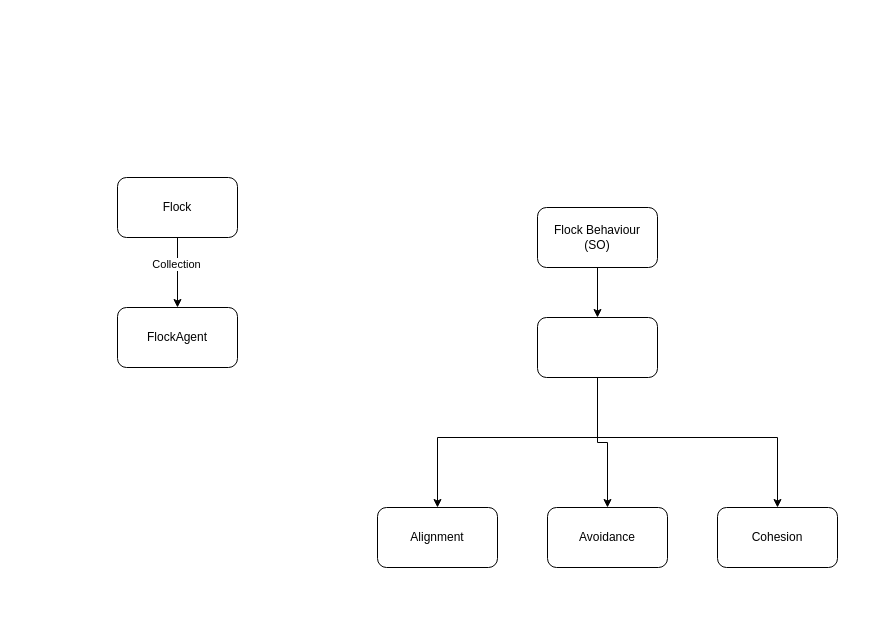
Before: Assets/classdia.drawio in CapelaGames/AI-Flocking-2022.1, a draw.io diagram. Source tidied: cells renumbered, new cells numbered last; positions are measured from the earlier drawing's top-left corner, leaving out a move shared by most shapes. Both pictures are drawn from the tidied source at 100%, with x=0, y=0 at pixel (117, 177).
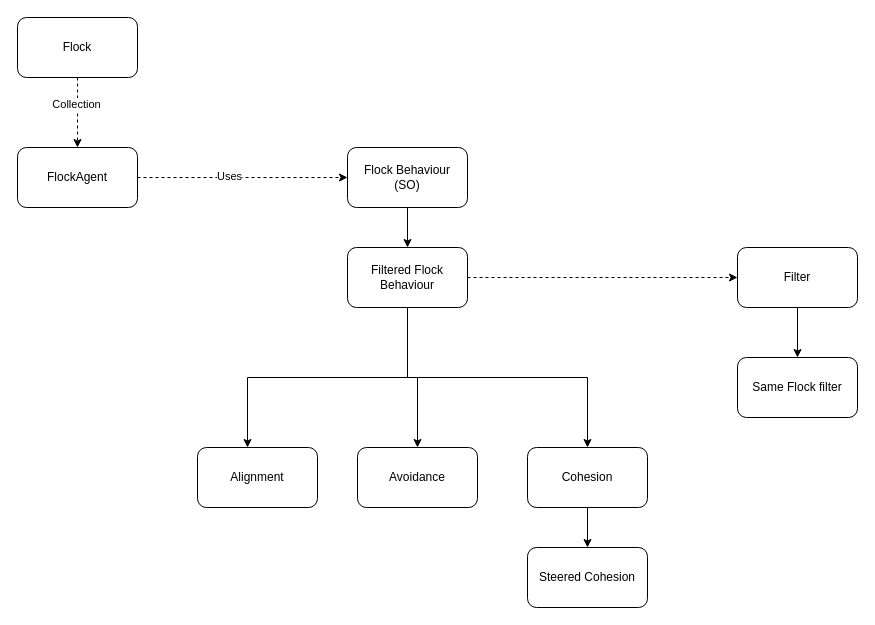
The same diagram, later.

The edit, as a diff of the source:
```diff
@@
-    <mxCell id="2" style="edgeStyle=orthogonalEdgeStyle;rounded=0;jettySize=auto;html=1;" parent="1" edge="1" source="4" target="12">
+    <mxCell id="2" style="edgeStyle=orthogonalEdgeStyle;rounded=0;jettySize=auto;html=1;dashed=1;" parent="1" edge="1" source="4" target="12">
       <mxGeometry relative="1" as="geometry" />
     </mxCell>
@@
     <mxCell id="4" value="Flock" style="rounded=1;whiteSpace=wrap;html=1;" parent="1" vertex="1">
-      <mxGeometry width="120" height="60" as="geometry" />
+      <mxGeometry x="-100" y="-160" width="120" height="60" as="geometry" />
     </mxCell>
-    <mxCell id="5" style="edgeStyle=orthogonalEdgeStyle;rounded=0;jettySize=auto;html=1;" parent="1" edge="1" source="8" target="9">
+    <mxCell id="5" style="edgeStyle=orthogonalEdgeStyle;rounded=0;jettySize=auto;html=1;" parent="1" edge="1" source="8">
       <mxGeometry relative="1" as="geometry">
+        <mxPoint x="130" y="270" as="targetPoint" />
         <Array as="points">
-          <mxPoint x="480" y="260" />
-          <mxPoint x="320" y="260" />
+          <mxPoint x="290" y="200" />
+          <mxPoint x="130" y="200" />
         </Array>
       </mxGeometry>
     </mxCell>
@@
     <mxCell id="7" style="edgeStyle=orthogonalEdgeStyle;rounded=0;jettySize=auto;html=1;" parent="1" edge="1" source="8" target="11">
       <mxGeometry relative="1" as="geometry">
         <Array as="points">
-          <mxPoint x="480" y="260" />
-          <mxPoint x="660" y="260" />
+          <mxPoint x="290" y="200" />
+          <mxPoint x="470" y="200" />
         </Array>
       </mxGeometry>
     </mxCell>
+    <mxCell id="15" style="edgeStyle=orthogonalEdgeStyle;rounded=0;jettySize=auto;html=1;dashed=1;" parent="1" edge="1" source="8" target="21">
+      <mxGeometry relative="1" as="geometry" />
+    </mxCell>
-    <mxCell id="8" style="rounded=1;whiteSpace=wrap;html=1;" parent="1" vertex="1">
-      <mxGeometry x="420" y="140" width="120" height="60" as="geometry" />
+    <mxCell id="8" value="Filtered Flock Behaviour" style="rounded=1;whiteSpace=wrap;html=1;" parent="1" vertex="1">
+      <mxGeometry x="230" y="70" width="120" height="60" as="geometry" />
     </mxCell>
     <mxCell id="9" value="Alignment" style="rounded=1;whiteSpace=wrap;html=1;" parent="1" vertex="1">
-      <mxGeometry x="260" y="330" width="120" height="60" as="geometry" />
+      <mxGeometry x="80" y="270" width="120" height="60" as="geometry" />
     </mxCell>
     <mxCell id="10" value="Avoidance" style="rounded=1;whiteSpace=wrap;html=1;" parent="1" vertex="1">
-      <mxGeometry x="430" y="330" width="120" height="60" as="geometry" />
+      <mxGeometry x="240" y="270" width="120" height="60" as="geometry" />
     </mxCell>
+    <mxCell id="16" style="edgeStyle=orthogonalEdgeStyle;rounded=0;jettySize=auto;html=1;" parent="1" edge="1" source="11" target="19">
+      <mxGeometry relative="1" as="geometry" />
+    </mxCell>
     <mxCell id="11" value="Cohesion" style="rounded=1;whiteSpace=wrap;html=1;" parent="1" vertex="1">
-      <mxGeometry x="600" y="330" width="120" height="60" as="geometry" />
+      <mxGeometry x="410" y="270" width="120" height="60" as="geometry" />
     </mxCell>
+    <mxCell id="17" style="edgeStyle=orthogonalEdgeStyle;rounded=0;jettySize=auto;html=1;dashed=1;" parent="1" edge="1" source="12" target="14">
+      <mxGeometry relative="1" as="geometry" />
+    </mxCell>
+    <mxCell id="18" value="Uses" style="edgeLabel;html=1;align=center;verticalAlign=middle;" parent="17" vertex="1">
+      <mxGeometry x="-0.13" y="2" relative="1" as="geometry" />
+    </mxCell>
     <mxCell id="12" value="FlockAgent" style="rounded=1;whiteSpace=wrap;html=1;" parent="1" vertex="1">
-      <mxGeometry y="130" width="120" height="60" as="geometry" />
+      <mxGeometry x="-100" y="-30" width="120" height="60" as="geometry" />
     </mxCell>
@@
     <mxCell id="14" value="Flock Behaviour&lt;br&gt;(SO)" style="rounded=1;whiteSpace=wrap;html=1;" parent="1" vertex="1">
-      <mxGeometry x="420" y="30" width="120" height="60" as="geometry" />
+      <mxGeometry x="230" y="-30" width="120" height="60" as="geometry" />
     </mxCell>
+    <mxCell id="19" value="Steered Cohesion" style="rounded=1;whiteSpace=wrap;html=1;" parent="1" vertex="1">
+      <mxGeometry x="410" y="370" width="120" height="60" as="geometry" />
+    </mxCell>
+    <mxCell id="20" style="edgeStyle=orthogonalEdgeStyle;rounded=0;jettySize=auto;html=1;" parent="1" edge="1" source="21" target="22">
+      <mxGeometry relative="1" as="geometry" />
+    </mxCell>
+    <mxCell id="21" value="Filter" style="rounded=1;whiteSpace=wrap;html=1;" parent="1" vertex="1">
+      <mxGeometry x="620" y="70" width="120" height="60" as="geometry" />
+    </mxCell>
+    <mxCell id="22" value="Same Flock filter" style="rounded=1;whiteSpace=wrap;html=1;" parent="1" vertex="1">
+      <mxGeometry x="620" y="180" width="120" height="60" as="geometry" />
+    </mxCell>
```
